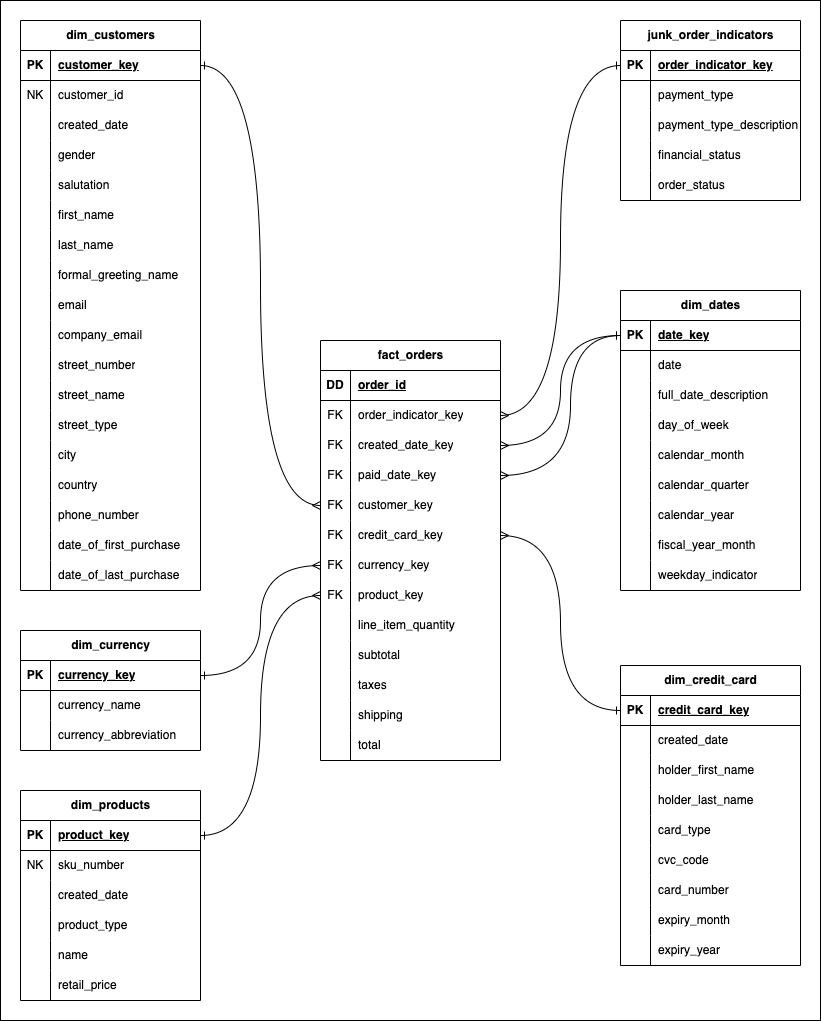
The draw.io diagram slamco/assets/readme_sales_model.drawio.png in s-tlm/dbt-project, before a commit. Source tidied: cells renumbered, new cells last; positions are measured from the earlier drawing's top-left corner, leaving out a move shared by most shapes.
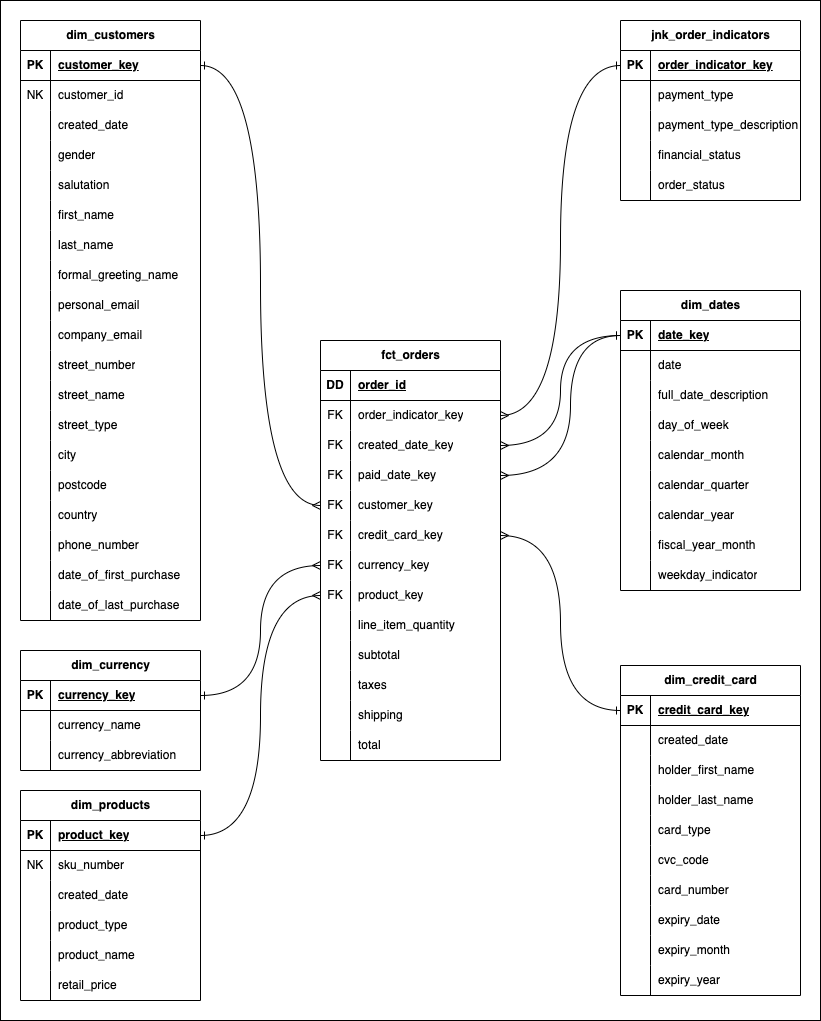
The same diagram one commit later.

What changed in the source:
```diff
@@ -6,7 +6,7 @@
       <mxGeometry width="820" height="1020" as="geometry" />
     </mxCell>
     <mxCell id="3" value="dim_customers" style="shape=table;startSize=30;rowLines=0;fontStyle=1;align=center;html=1;" parent="1" vertex="1">
-      <mxGeometry x="20" y="20" width="180" height="570" as="geometry" />
+      <mxGeometry x="20" y="20" width="180" height="600" as="geometry" />
     </mxCell>
     <mxCell id="4" style="shape=tableRow;horizontal=0;startSize=0;swimlaneHead=0;swimlaneBody=0;fillColor=none;points=[[0,0.5],[1,0.5]];portConstraint=eastwest;top=0;left=0;right=0;bottom=1;" parent="3" vertex="1">
       <mxGeometry y="30" width="180" height="30" as="geometry" />
@@ -86,7 +86,7 @@
     <mxCell id="29" style="shape=partialRectangle;fillColor=none;top=0;left=0;bottom=0;right=0;overflow=hidden;whiteSpace=wrap;html=1;" parent="28" vertex="1">
       <mxGeometry width="30" height="30" as="geometry" />
     </mxCell>
-    <mxCell id="30" value="email" style="shape=partialRectangle;fillColor=none;top=0;left=0;bottom=0;right=0;align=left;spacingLeft=6;overflow=hidden;whiteSpace=wrap;html=1;" parent="28" vertex="1">
+    <mxCell id="30" value="personal_email" style="shape=partialRectangle;fillColor=none;top=0;left=0;bottom=0;right=0;align=left;spacingLeft=6;overflow=hidden;whiteSpace=wrap;html=1;" parent="28" vertex="1">
       <mxGeometry x="30" width="150" height="30" as="geometry" />
     </mxCell>
     <mxCell id="31" style="shape=tableRow;horizontal=0;startSize=0;swimlaneHead=0;swimlaneBody=0;fillColor=none;top=0;left=0;right=0;bottom=0;" parent="3" vertex="1">
@@ -134,8 +134,17 @@
     <mxCell id="45" value="city" style="shape=partialRectangle;fillColor=none;top=0;left=0;bottom=0;right=0;align=left;spacingLeft=6;overflow=hidden;whiteSpace=wrap;html=1;" parent="43" vertex="1">
       <mxGeometry x="30" width="150" height="30" as="geometry" />
     </mxCell>
+    <mxCell id="206" style="shape=tableRow;horizontal=0;startSize=0;swimlaneHead=0;swimlaneBody=0;fillColor=none;top=0;left=0;right=0;bottom=0;" parent="3" vertex="1">
+      <mxGeometry y="450" width="180" height="30" as="geometry" />
+    </mxCell>
+    <mxCell id="207" style="shape=partialRectangle;fillColor=none;top=0;left=0;bottom=0;right=0;overflow=hidden;whiteSpace=wrap;html=1;" parent="206" vertex="1">
+      <mxGeometry width="30" height="30" as="geometry" />
+    </mxCell>
+    <mxCell id="208" value="postcode" style="shape=partialRectangle;fillColor=none;top=0;left=0;bottom=0;right=0;align=left;spacingLeft=6;overflow=hidden;whiteSpace=wrap;html=1;" parent="206" vertex="1">
+      <mxGeometry x="30" width="150" height="30" as="geometry" />
+    </mxCell>
     <mxCell id="46" style="shape=tableRow;horizontal=0;startSize=0;swimlaneHead=0;swimlaneBody=0;fillColor=none;top=0;left=0;right=0;bottom=0;" parent="3" vertex="1">
-      <mxGeometry y="450" width="180" height="30" as="geometry" />
+      <mxGeometry y="480" width="180" height="30" as="geometry" />
     </mxCell>
     <mxCell id="47" style="shape=partialRectangle;fillColor=none;top=0;left=0;bottom=0;right=0;overflow=hidden;whiteSpace=wrap;html=1;" parent="46" vertex="1">
       <mxGeometry width="30" height="30" as="geometry" />
@@ -144,7 +153,7 @@
       <mxGeometry x="30" width="150" height="30" as="geometry" />
     </mxCell>
     <mxCell id="49" style="shape=tableRow;horizontal=0;startSize=0;swimlaneHead=0;swimlaneBody=0;fillColor=none;top=0;left=0;right=0;bottom=0;" parent="3" vertex="1">
-      <mxGeometry y="480" width="180" height="30" as="geometry" />
+      <mxGeometry y="510" width="180" height="30" as="geometry" />
     </mxCell>
     <mxCell id="50" style="shape=partialRectangle;fillColor=none;top=0;left=0;bottom=0;right=0;overflow=hidden;whiteSpace=wrap;html=1;" parent="49" vertex="1">
       <mxGeometry width="30" height="30" as="geometry" />
@@ -153,7 +162,7 @@
       <mxGeometry x="30" width="150" height="30" as="geometry" />
     </mxCell>
     <mxCell id="52" style="shape=tableRow;horizontal=0;startSize=0;swimlaneHead=0;swimlaneBody=0;fillColor=none;top=0;left=0;right=0;bottom=0;" parent="3" vertex="1">
-      <mxGeometry y="510" width="180" height="30" as="geometry" />
+      <mxGeometry y="540" width="180" height="30" as="geometry" />
     </mxCell>
     <mxCell id="53" style="shape=partialRectangle;fillColor=none;top=0;left=0;bottom=0;right=0;overflow=hidden;whiteSpace=wrap;html=1;" parent="52" vertex="1">
       <mxGeometry width="30" height="30" as="geometry" />
@@ -162,7 +171,7 @@
       <mxGeometry x="30" width="150" height="30" as="geometry" />
     </mxCell>
     <mxCell id="55" style="shape=tableRow;horizontal=0;startSize=0;swimlaneHead=0;swimlaneBody=0;fillColor=none;top=0;left=0;right=0;bottom=0;" parent="3" vertex="1">
-      <mxGeometry y="540" width="180" height="30" as="geometry" />
+      <mxGeometry y="570" width="180" height="30" as="geometry" />
     </mxCell>
     <mxCell id="56" style="shape=partialRectangle;fillColor=none;top=0;left=0;bottom=0;right=0;overflow=hidden;whiteSpace=wrap;html=1;" parent="55" vertex="1">
       <mxGeometry width="30" height="30" as="geometry" />
@@ -215,7 +224,7 @@
     <mxCell id="72" style="shape=partialRectangle;fillColor=none;top=0;left=0;bottom=0;right=0;overflow=hidden;whiteSpace=wrap;html=1;" parent="71" vertex="1">
       <mxGeometry width="30" height="30" as="geometry" />
     </mxCell>
-    <mxCell id="73" value="name" style="shape=partialRectangle;fillColor=none;top=0;left=0;bottom=0;right=0;align=left;spacingLeft=6;overflow=hidden;whiteSpace=wrap;html=1;" parent="71" vertex="1">
+    <mxCell id="73" value="product_name" style="shape=partialRectangle;fillColor=none;top=0;left=0;bottom=0;right=0;align=left;spacingLeft=6;overflow=hidden;whiteSpace=wrap;html=1;" parent="71" vertex="1">
       <mxGeometry x="30" width="150" height="30" as="geometry" />
     </mxCell>
     <mxCell id="74" style="shape=tableRow;horizontal=0;startSize=0;swimlaneHead=0;swimlaneBody=0;fillColor=none;top=0;left=0;right=0;bottom=0;" parent="58" vertex="1">
@@ -227,7 +236,7 @@
     <mxCell id="76" value="retail_price&lt;span style=&quot;white-space: pre;&quot;&gt;&#9;&lt;/span&gt;" style="shape=partialRectangle;fillColor=none;top=0;left=0;bottom=0;right=0;align=left;spacingLeft=6;overflow=hidden;whiteSpace=wrap;html=1;" parent="74" vertex="1">
       <mxGeometry x="30" width="150" height="30" as="geometry" />
     </mxCell>
-    <mxCell id="77" value="fact_orders" style="shape=table;startSize=30;rowLines=0;fontStyle=1;align=center;html=1;" parent="1" vertex="1">
+    <mxCell id="77" value="fct_orders" style="shape=table;startSize=30;rowLines=0;fontStyle=1;align=center;html=1;" parent="1" vertex="1">
       <mxGeometry x="320" y="340" width="180" height="420" as="geometry" />
     </mxCell>
     <mxCell id="78" style="shape=tableRow;horizontal=0;startSize=0;swimlaneHead=0;swimlaneBody=0;fillColor=none;top=0;left=0;right=0;bottom=1;" parent="77" vertex="1">
@@ -347,7 +356,7 @@
     <mxCell id="116" value="total" style="shape=partialRectangle;fillColor=none;top=0;left=0;bottom=0;right=0;align=left;spacingLeft=6;overflow=hidden;whiteSpace=wrap;html=1;" parent="114" vertex="1">
       <mxGeometry x="30" width="150" height="30" as="geometry" />
     </mxCell>
-    <mxCell id="117" value="junk_order_indicators" style="shape=table;startSize=30;rowLines=0;fontStyle=1;align=center;html=1;" parent="1" vertex="1">
+    <mxCell id="117" value="jnk_order_indicators" style="shape=table;startSize=30;rowLines=0;fontStyle=1;align=center;html=1;" parent="1" vertex="1">
       <mxGeometry x="620" y="20" width="180" height="180" as="geometry" />
     </mxCell>
     <mxCell id="118" style="shape=tableRow;horizontal=0;startSize=0;swimlaneHead=0;swimlaneBody=0;fillColor=none;points=[[0,0.5],[1,0.5]];portConstraint=eastwest;top=0;left=0;right=0;bottom=1;" parent="117" vertex="1">
@@ -396,7 +405,7 @@
       <mxGeometry x="30" width="150" height="30" as="geometry" />
     </mxCell>
     <mxCell id="133" value="dim_credit_card" style="shape=table;startSize=30;rowLines=0;fontStyle=1;align=center;html=1;" parent="1" vertex="1">
-      <mxGeometry x="620" y="665" width="180" height="300" as="geometry" />
+      <mxGeometry x="620" y="665" width="180" height="330" as="geometry" />
     </mxCell>
     <mxCell id="134" style="shape=tableRow;horizontal=0;startSize=0;swimlaneHead=0;swimlaneBody=0;fillColor=none;points=[[0,0.5],[1,0.5]];portConstraint=eastwest;top=0;left=0;right=0;bottom=1;" parent="133" vertex="1">
       <mxGeometry y="30" width="180" height="30" as="geometry" />
@@ -461,8 +470,17 @@
     <mxCell id="154" value="card_number" style="shape=partialRectangle;fillColor=none;top=0;left=0;bottom=0;right=0;align=left;spacingLeft=6;overflow=hidden;whiteSpace=wrap;html=1;" parent="152" vertex="1">
       <mxGeometry x="30" width="150" height="30" as="geometry" />
     </mxCell>
+    <mxCell id="209" style="shape=tableRow;horizontal=0;startSize=0;swimlaneHead=0;swimlaneBody=0;fillColor=none;top=0;left=0;right=0;bottom=0;" parent="133" vertex="1">
+      <mxGeometry y="240" width="180" height="30" as="geometry" />
+    </mxCell>
+    <mxCell id="210" style="shape=partialRectangle;fillColor=none;top=0;left=0;bottom=0;right=0;overflow=hidden;whiteSpace=wrap;html=1;" parent="209" vertex="1">
+      <mxGeometry width="30" height="30" as="geometry" />
+    </mxCell>
+    <mxCell id="211" value="expiry_date" style="shape=partialRectangle;fillColor=none;top=0;left=0;bottom=0;right=0;align=left;spacingLeft=6;overflow=hidden;whiteSpace=wrap;html=1;" parent="209" vertex="1">
+      <mxGeometry x="30" width="150" height="30" as="geometry" />
+    </mxCell>
     <mxCell id="155" style="shape=tableRow;horizontal=0;startSize=0;swimlaneHead=0;swimlaneBody=0;fillColor=none;top=0;left=0;right=0;bottom=0;" parent="133" vertex="1">
-      <mxGeometry y="240" width="180" height="30" as="geometry" />
+      <mxGeometry y="270" width="180" height="30" as="geometry" />
     </mxCell>
     <mxCell id="156" style="shape=partialRectangle;fillColor=none;top=0;left=0;bottom=0;right=0;overflow=hidden;whiteSpace=wrap;html=1;" parent="155" vertex="1">
       <mxGeometry width="30" height="30" as="geometry" />
@@ -471,7 +489,7 @@
       <mxGeometry x="30" width="150" height="30" as="geometry" />
     </mxCell>
     <mxCell id="158" style="shape=tableRow;horizontal=0;startSize=0;swimlaneHead=0;swimlaneBody=0;fillColor=none;top=0;left=0;right=0;bottom=0;" parent="133" vertex="1">
-      <mxGeometry y="270" width="180" height="30" as="geometry" />
+      <mxGeometry y="300" width="180" height="30" as="geometry" />
     </mxCell>
     <mxCell id="159" style="shape=partialRectangle;fillColor=none;top=0;left=0;bottom=0;right=0;overflow=hidden;whiteSpace=wrap;html=1;" parent="158" vertex="1">
       <mxGeometry width="30" height="30" as="geometry" />
@@ -564,7 +582,7 @@
       <mxGeometry x="30" width="150" height="30" as="geometry" />
     </mxCell>
     <mxCell id="189" value="dim_currency" style="shape=table;startSize=30;rowLines=0;fontStyle=1;align=center;html=1;" parent="1" vertex="1">
-      <mxGeometry x="20" y="630" width="180" height="120" as="geometry" />
+      <mxGeometry x="20" y="650" width="180" height="120" as="geometry" />
     </mxCell>
     <mxCell id="190" style="shape=tableRow;horizontal=0;startSize=0;swimlaneHead=0;swimlaneBody=0;fillColor=none;points=[[0,0.5],[1,0.5]];portConstraint=eastwest;top=0;left=0;right=0;bottom=1;" parent="189" vertex="1">
       <mxGeometry y="30" width="180" height="30" as="geometry" />
```
